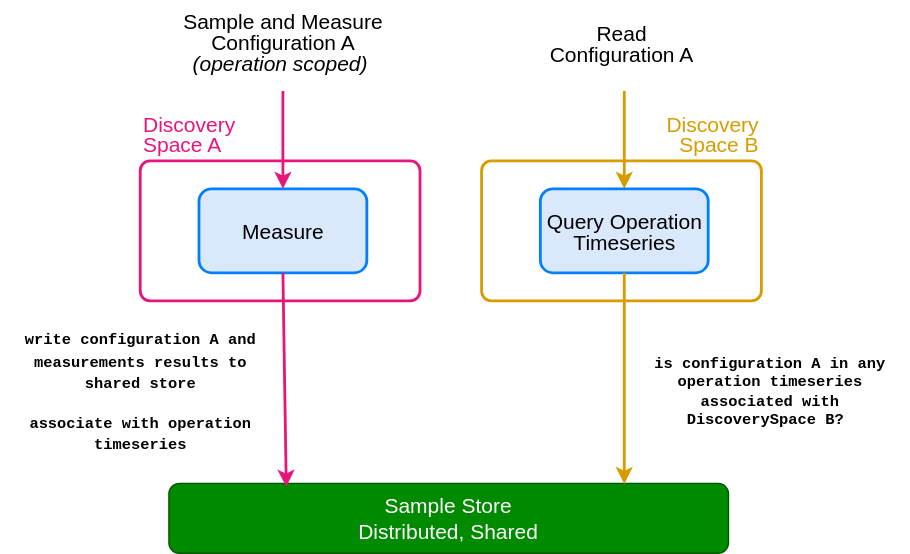
Above: paper/ds_interaction_v2.drawio.svg in IBM/ado (draw.io), before the change. Source tidied: cells renumbered, new cells last; positions are measured from the earlier drawing's top-left corner, leaving out a move shared by most shapes.
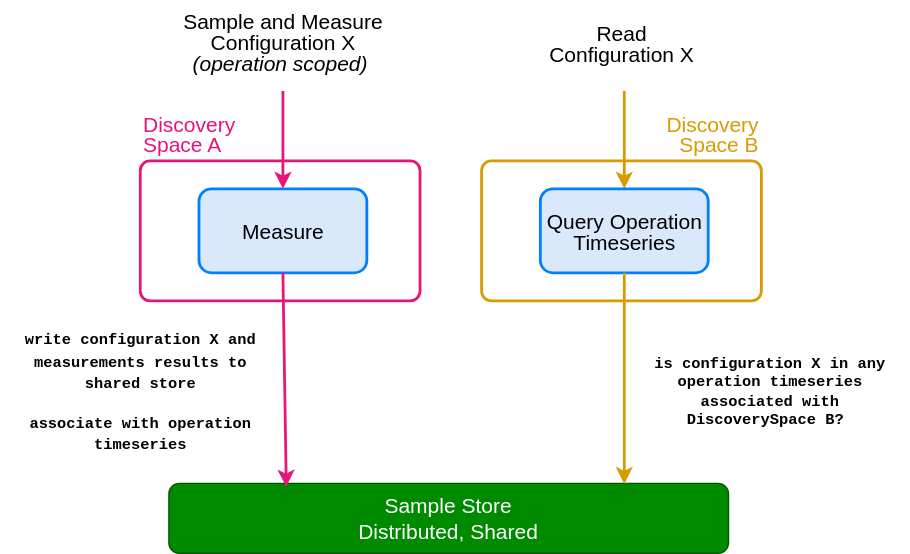
The same file after the commit.

The edit, as a diff of the source:
```diff
@@ -22,13 +22,13 @@
         <mxPoint x="446" y="60" as="sourcePoint" />
       </mxGeometry>
     </mxCell>
-    <mxCell id="7" value="&lt;font face=&quot;Courier New&quot; style=&quot;font-size: 11px;&quot;&gt;&lt;b&gt;write configuration A and measurements results to shared store&lt;/b&gt;&lt;/font&gt;&lt;div&gt;&lt;font style=&quot;font-size: 11px;&quot;&gt;&lt;b&gt;&lt;br&gt;&lt;/b&gt;&lt;/font&gt;&lt;div&gt;&lt;font face=&quot;Courier New&quot; style=&quot;font-size: 11px;&quot;&gt;&lt;b&gt;associate with operation timeseries&lt;/b&gt;&lt;/font&gt;&lt;/div&gt;&lt;/div&gt;" style="text;html=1;whiteSpace=wrap;strokeColor=none;fillColor=none;align=center;verticalAlign=middle;rounded=0;" parent="1" vertex="1">
+    <mxCell id="7" value="&lt;font face=&quot;Courier New&quot; style=&quot;font-size: 11px;&quot;&gt;&lt;b&gt;write configuration X and measurements results to shared store&lt;/b&gt;&lt;/font&gt;&lt;div&gt;&lt;font style=&quot;font-size: 11px;&quot;&gt;&lt;b&gt;&lt;br&gt;&lt;/b&gt;&lt;/font&gt;&lt;div&gt;&lt;font face=&quot;Courier New&quot; style=&quot;font-size: 11px;&quot;&gt;&lt;b&gt;associate with operation timeseries&lt;/b&gt;&lt;/font&gt;&lt;/div&gt;&lt;/div&gt;" style="text;html=1;whiteSpace=wrap;strokeColor=none;fillColor=none;align=center;verticalAlign=middle;rounded=0;" parent="1" vertex="1">
       <mxGeometry y="260" width="200" height="30" as="geometry" />
     </mxCell>
-    <mxCell id="8" value="&lt;div style=&quot;font-size: 15px; line-height: 100%;&quot;&gt;Sample and Measure Configuration A&lt;/div&gt;&lt;div style=&quot;font-size: 15px; line-height: 100%;&quot;&gt;&lt;i&gt;(operation scoped)&amp;nbsp;&lt;/i&gt;&lt;br&gt;&lt;/div&gt;" style="text;html=1;strokeColor=none;fillColor=none;align=center;verticalAlign=middle;whiteSpace=wrap;rounded=0;fontColor=light-dark(#000000, #ce6100);fontSize=15;" parent="1" vertex="1">
+    <mxCell id="8" value="&lt;div style=&quot;font-size: 15px; line-height: 100%;&quot;&gt;Sample and Measure Configuration X&lt;/div&gt;&lt;div style=&quot;font-size: 15px; line-height: 100%;&quot;&gt;&lt;i&gt;(operation scoped)&amp;nbsp;&lt;/i&gt;&lt;br&gt;&lt;/div&gt;" style="text;html=1;strokeColor=none;fillColor=none;align=center;verticalAlign=middle;whiteSpace=wrap;rounded=0;fontColor=light-dark(#000000, #ce6100);fontSize=15;" parent="1" vertex="1">
       <mxGeometry x="117" width="170" height="50" as="geometry" />
     </mxCell>
-    <mxCell id="9" value="&lt;p style=&quot;line-height: 100%;&quot;&gt;Read Configuration A&lt;/p&gt;" style="text;html=1;align=center;verticalAlign=middle;whiteSpace=wrap;rounded=0;fontSize=15;" parent="1" vertex="1">
+    <mxCell id="9" value="&lt;p style=&quot;line-height: 100%;&quot;&gt;Read Configuration X&lt;/p&gt;" style="text;html=1;align=center;verticalAlign=middle;whiteSpace=wrap;rounded=0;fontSize=15;" parent="1" vertex="1">
       <mxGeometry x="384" width="120" height="50" as="geometry" />
     </mxCell>
     <mxCell id="10" value="&lt;p style=&quot;line-height: 100%;&quot;&gt;Measure&lt;/p&gt;" style="rounded=1;whiteSpace=wrap;html=1;fillColor=#dae8fc;strokeColor=#007FFF;strokeWidth=2;fontColor=#000000;fontSize=15;" parent="1" vertex="1">
@@ -37,7 +37,7 @@
     <mxCell id="11" value="&lt;p style=&quot;line-height: 100%;&quot;&gt;Query Operation Timeseries&lt;/p&gt;" style="rounded=1;whiteSpace=wrap;html=1;fillColor=#dae8fc;strokeColor=#007FFF;strokeWidth=2;fontColor=#000000;fontSize=15;" parent="1" vertex="1">
       <mxGeometry x="386" y="130" width="120" height="60" as="geometry" />
     </mxCell>
-    <mxCell id="12" value="&lt;div&gt;&lt;b&gt;is configuration A in any operation timeseries associated with DiscoverySpace B?&amp;nbsp;&lt;/b&gt;&lt;/div&gt;" style="text;html=1;whiteSpace=wrap;strokeColor=none;fillColor=none;align=center;verticalAlign=middle;rounded=0;fontFamily=Courier New;fontSize=11;" parent="1" vertex="1">
+    <mxCell id="12" value="&lt;div&gt;&lt;b&gt;is configuration X in any operation timeseries associated with DiscoverySpace B?&amp;nbsp;&lt;/b&gt;&lt;/div&gt;" style="text;html=1;whiteSpace=wrap;strokeColor=none;fillColor=none;align=center;verticalAlign=middle;rounded=0;fontFamily=Courier New;fontSize=11;" parent="1" vertex="1">
       <mxGeometry x="450" y="260" width="200" height="30" as="geometry" />
     </mxCell>
     <mxCell id="13" style="endArrow=classic;html=1;rounded=0;entryX=0.5;entryY=0;entryDx=0;entryDy=0;fillColor=#dae8fc;strokeColor=light-dark(#e7167b, #5c79a3);strokeWidth=2;" parent="1" edge="1" target="10">
```
